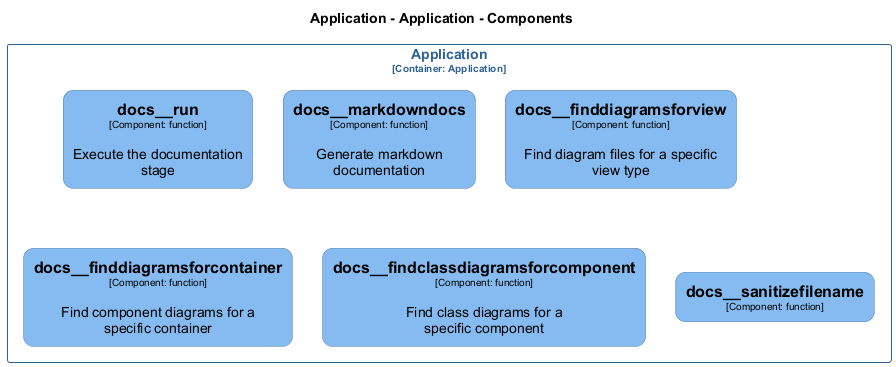
Above: src/templates/docs/architecture/diagrams/structurizr-Classes_default_container__docs.png in chrislyons-dev/archlette (PlantUML), before the change. Source of this version:
```plantuml
@startuml
set separator none
title Application - Application - Components

top to bottom direction
skinparam ranksep 60
skinparam nodesep 30

skinparam {
  arrowFontSize 10
  defaultTextAlignment center
  wrapWidth 200
  maxMessageSize 100
  defaultFontName "Arial"
}

hide stereotype

skinparam rectangle<<Application.Application.docs__findclassdiagramsforcomponent>> {
  BackgroundColor #85bbf0
  FontColor #000000
  BorderColor #5d82a8
  roundCorner 20
  shadowing false
}
skinparam rectangle<<Application.Application.docs__finddiagramsforcontainer>> {
  BackgroundColor #85bbf0
  FontColor #000000
  BorderColor #5d82a8
  roundCorner 20
  shadowing false
}
skinparam rectangle<<Application.Application.docs__finddiagramsforview>> {
  BackgroundColor #85bbf0
  FontColor #000000
  BorderColor #5d82a8
  roundCorner 20
  shadowing false
}
skinparam rectangle<<Application.Application.docs__markdowndocs>> {
  BackgroundColor #85bbf0
  FontColor #000000
  BorderColor #5d82a8
  roundCorner 20
  shadowing false
}
skinparam rectangle<<Application.Application.docs__run>> {
  BackgroundColor #85bbf0
  FontColor #000000
  BorderColor #5d82a8
  roundCorner 20
  shadowing false
}
skinparam rectangle<<Application.Application.docs__sanitizefilename>> {
  BackgroundColor #85bbf0
  FontColor #000000
  BorderColor #5d82a8
  roundCorner 20
  shadowing false
}
skinparam rectangle<<Application.Application>> {
  BorderColor #2e6295
  FontColor #2e6295
  shadowing false
}

rectangle "Application\n<size:10>[Container: Application]</size>" <<Application.Application>> {
  rectangle "==docs__run\n<size:10>[Component: function]</size>\n\nExecute the documentation stage" <<Application.Application.docs__run>> as Application.Application.docs__run
  rectangle "==docs__markdowndocs\n<size:10>[Component: function]</size>\n\nGenerate markdown documentation" <<Application.Application.docs__markdowndocs>> as Application.Application.docs__markdowndocs
  rectangle "==docs__finddiagramsforview\n<size:10>[Component: function]</size>\n\nFind diagram files for a specific view type" <<Application.Application.docs__finddiagramsforview>> as Application.Application.docs__finddiagramsforview
  rectangle "==docs__finddiagramsforcontainer\n<size:10>[Component: function]</size>\n\nFind component diagrams for a specific container" <<Application.Application.docs__finddiagramsforcontainer>> as Application.Application.docs__finddiagramsforcontainer
  rectangle "==docs__findclassdiagramsforcomponent\n<size:10>[Component: function]</size>\n\nFind class diagrams for a specific component" <<Application.Application.docs__findclassdiagramsforcomponent>> as Application.Application.docs__findclassdiagramsforcomponent
  rectangle "==docs__sanitizefilename\n<size:10>[Component: function]</size>" <<Application.Application.docs__sanitizefilename>> as Application.Application.docs__sanitizefilename
}

@enduml
```
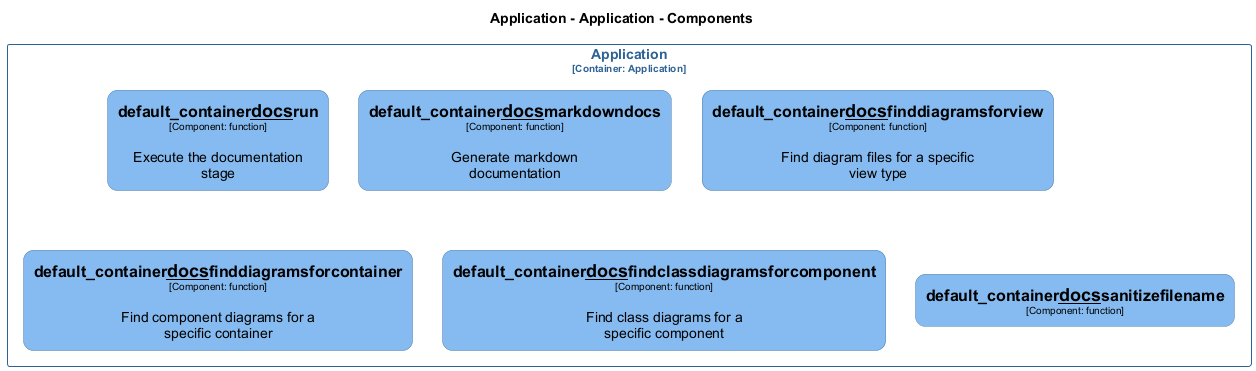
The same file after the commit.

The edit, as a diff of the source:
```diff
@@ -16,42 +16,42 @@
 
 hide stereotype
 
-skinparam rectangle<<Application.Application.docs__findclassdiagramsforcomponent>> {
+skinparam rectangle<<Application.Application.default_container__docs__findclassdiagramsforcomponent>> {
   BackgroundColor #85bbf0
   FontColor #000000
   BorderColor #5d82a8
   roundCorner 20
   shadowing false
 }
-skinparam rectangle<<Application.Application.docs__finddiagramsforcontainer>> {
+skinparam rectangle<<Application.Application.default_container__docs__finddiagramsforcontainer>> {
   BackgroundColor #85bbf0
   FontColor #000000
   BorderColor #5d82a8
   roundCorner 20
   shadowing false
 }
-skinparam rectangle<<Application.Application.docs__finddiagramsforview>> {
+skinparam rectangle<<Application.Application.default_container__docs__finddiagramsforview>> {
   BackgroundColor #85bbf0
   FontColor #000000
   BorderColor #5d82a8
   roundCorner 20
   shadowing false
 }
-skinparam rectangle<<Application.Application.docs__markdowndocs>> {
+skinparam rectangle<<Application.Application.default_container__docs__markdowndocs>> {
   BackgroundColor #85bbf0
   FontColor #000000
   BorderColor #5d82a8
   roundCorner 20
   shadowing false
 }
-skinparam rectangle<<Application.Application.docs__run>> {
+skinparam rectangle<<Application.Application.default_container__docs__run>> {
   BackgroundColor #85bbf0
   FontColor #000000
   BorderColor #5d82a8
   roundCorner 20
   shadowing false
 }
-skinparam rectangle<<Application.Application.docs__sanitizefilename>> {
+skinparam rectangle<<Application.Application.default_container__docs__sanitizefilename>> {
   BackgroundColor #85bbf0
   FontColor #000000
   BorderColor #5d82a8
@@ -65,12 +65,12 @@
 }
 
 rectangle "Application\n<size:10>[Container: Application]</size>" <<Application.Application>> {
-  rectangle "==docs__run\n<size:10>[Component: function]</size>\n\nExecute the documentation stage" <<Application.Application.docs__run>> as Application.Application.docs__run
-  rectangle "==docs__markdowndocs\n<size:10>[Component: function]</size>\n\nGenerate markdown documentation" <<Application.Application.docs__markdowndocs>> as Application.Application.docs__markdowndocs
-  rectangle "==docs__finddiagramsforview\n<size:10>[Component: function]</size>\n\nFind diagram files for a specific view type" <<Application.Application.docs__finddiagramsforview>> as Application.Application.docs__finddiagramsforview
-  rectangle "==docs__finddiagramsforcontainer\n<size:10>[Component: function]</size>\n\nFind component diagrams for a specific container" <<Application.Application.docs__finddiagramsforcontainer>> as Application.Application.docs__finddiagramsforcontainer
-  rectangle "==docs__findclassdiagramsforcomponent\n<size:10>[Component: function]</size>\n\nFind class diagrams for a specific component" <<Application.Application.docs__findclassdiagramsforcomponent>> as Application.Application.docs__findclassdiagramsforcomponent
-  rectangle "==docs__sanitizefilename\n<size:10>[Component: function]</size>" <<Application.Application.docs__sanitizefilename>> as Application.Application.docs__sanitizefilename
+  rectangle "==default_container__docs__run\n<size:10>[Component: function]</size>\n\nExecute the documentation stage" <<Application.Application.default_container__docs__run>> as Application.Application.default_container__docs__run
+  rectangle "==default_container__docs__markdowndocs\n<size:10>[Component: function]</size>\n\nGenerate markdown documentation" <<Application.Application.default_container__docs__markdowndocs>> as Application.Application.default_container__docs__markdowndocs
+  rectangle "==default_container__docs__finddiagramsforview\n<size:10>[Component: function]</size>\n\nFind diagram files for a specific view type" <<Application.Application.default_container__docs__finddiagramsforview>> as Application.Application.default_container__docs__finddiagramsforview
+  rectangle "==default_container__docs__finddiagramsforcontainer\n<size:10>[Component: function]</size>\n\nFind component diagrams for a specific container" <<Application.Application.default_container__docs__finddiagramsforcontainer>> as Application.Application.default_container__docs__finddiagramsforcontainer
+  rectangle "==default_container__docs__findclassdiagramsforcomponent\n<size:10>[Component: function]</size>\n\nFind class diagrams for a specific component" <<Application.Application.default_container__docs__findclassdiagramsforcomponent>> as Application.Application.default_container__docs__findclassdiagramsforcomponent
+  rectangle "==default_container__docs__sanitizefilename\n<size:10>[Component: function]</size>" <<Application.Application.default_container__docs__sanitizefilename>> as Application.Application.default_container__docs__sanitizefilename
 }
 
 @enduml
```
